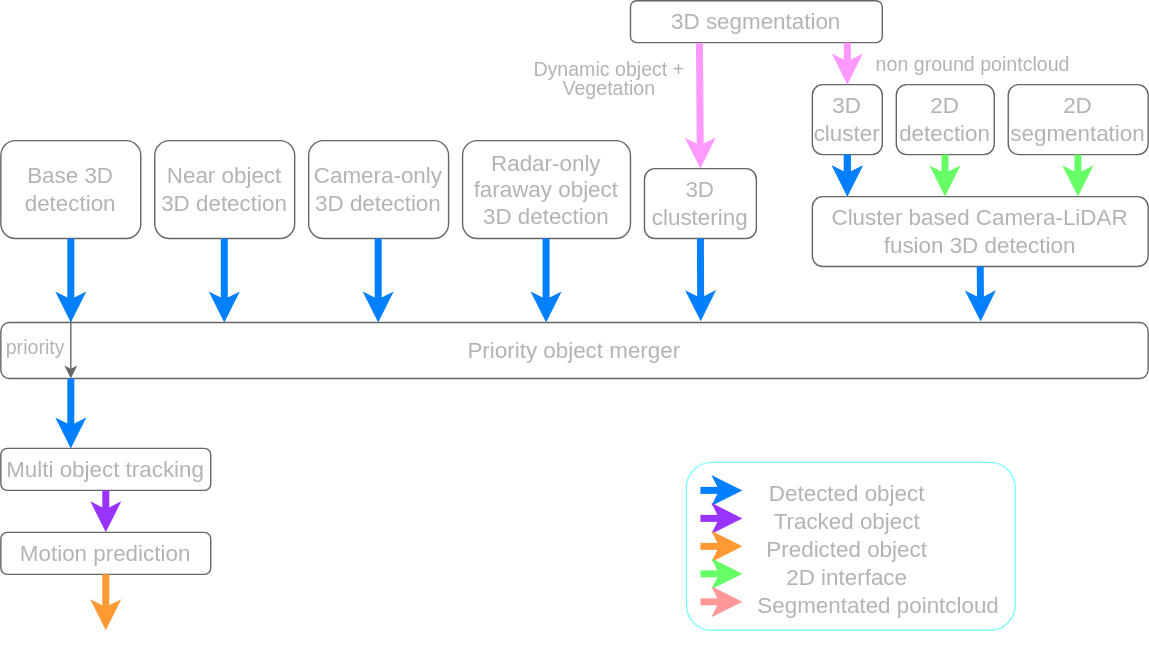
Above: new_perception_proposal/fig/new_autoware_design.drawio.svg in scepter914/autoware-architecture-proposal (draw.io), before the change. Source tidied: cells renumbered, new cells last; positions are measured from the earlier drawing's top-left corner, leaving out a move shared by most shapes.
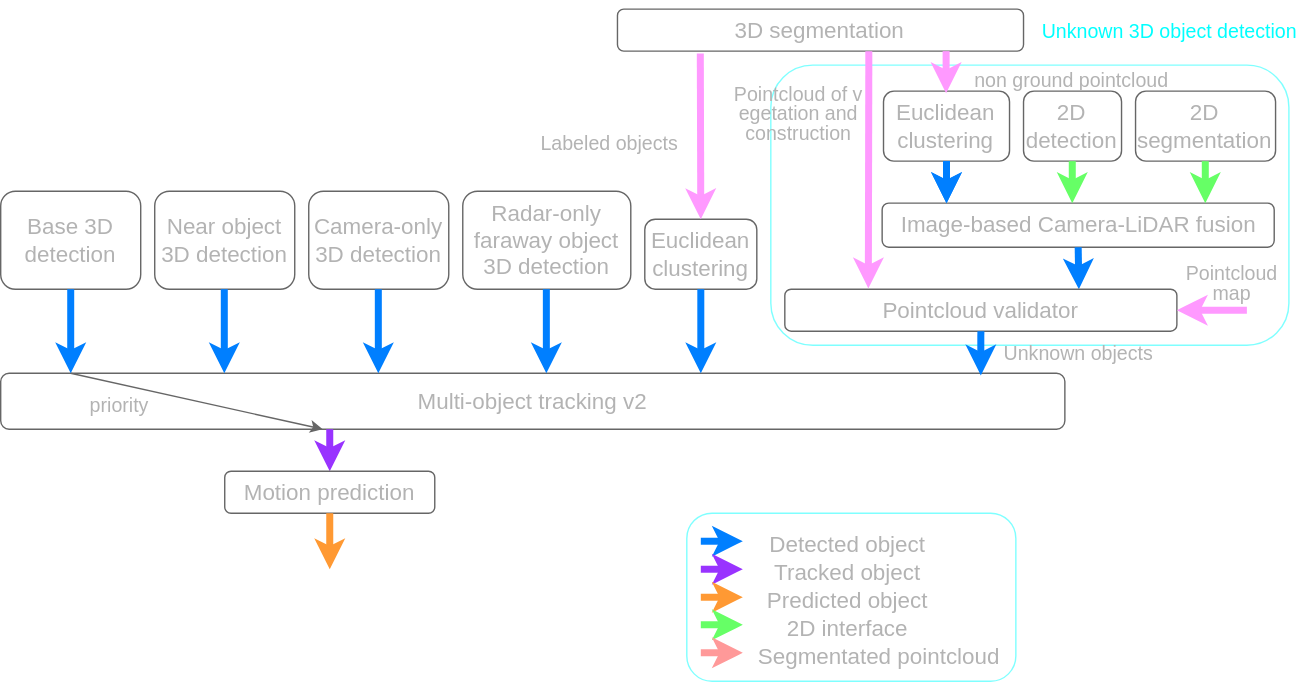
The same diagram one commit later.

What changed in the source:
```diff
@@ -2,6 +2,9 @@
   <root>
     <mxCell id="0" />
     <mxCell id="1" parent="0" />
+    <mxCell id="45" style="rounded=1;whiteSpace=wrap;html=1;strokeColor=#00FFFF;fillColor=none;fontColor=#B3B3B3;opacity=50;" parent="1" vertex="1">
+      <mxGeometry x="550" y="10" width="370" height="200" as="geometry" />
+    </mxCell>
     <mxCell id="2" style="rounded=1;whiteSpace=wrap;html=1;strokeColor=#00FFFF;fillColor=none;fontColor=#B3B3B3;opacity=50;" parent="1" vertex="1">
       <mxGeometry x="490" y="330" width="235" height="120" as="geometry" />
     </mxCell>
@@ -11,17 +14,17 @@
     <mxCell id="4" value="&lt;span style=&quot;color: rgb(179, 179, 179); font-size: 16px;&quot;&gt;Base 3D detection&lt;/span&gt;" style="rounded=1;whiteSpace=wrap;html=1;fillColor=none;strokeColor=#666666;" parent="1" vertex="1">
       <mxGeometry y="100" width="100" height="70" as="geometry" />
     </mxCell>
-    <mxCell id="5" value="&lt;font color=&quot;#b3b3b3&quot;&gt;&lt;span style=&quot;font-size: 16px;&quot;&gt;Priority object merger&lt;/span&gt;&lt;/font&gt;" style="rounded=1;whiteSpace=wrap;html=1;fillColor=none;strokeColor=#666666;" parent="1" vertex="1">
-      <mxGeometry y="230" width="820" height="40" as="geometry" />
+    <mxCell id="5" value="&lt;font color=&quot;#b3b3b3&quot;&gt;&lt;span style=&quot;font-size: 16px;&quot;&gt;Multi-object tracking v2&lt;/span&gt;&lt;/font&gt;" style="rounded=1;whiteSpace=wrap;html=1;fillColor=none;strokeColor=#666666;" parent="1" vertex="1">
+      <mxGeometry y="230" width="760" height="40" as="geometry" />
     </mxCell>
     <mxCell id="6" style="endArrow=classic;html=1;strokeColor=#666666;" parent="1" edge="1">
       <mxGeometry relative="1" as="geometry">
-        <mxPoint x="50" y="220" as="sourcePoint" />
-        <mxPoint x="50" y="270" as="targetPoint" />
+        <mxPoint x="50" y="230" as="sourcePoint" />
+        <mxPoint x="230" y="270" as="targetPoint" />
       </mxGeometry>
     </mxCell>
     <mxCell id="7" value="&lt;font style=&quot;font-size: 14px;&quot;&gt;priority&lt;/font&gt;" style="text;html=1;strokeColor=none;fillColor=none;align=center;verticalAlign=middle;whiteSpace=wrap;rounded=0;fontSize=20;fontColor=#B3B3B3;" parent="1" vertex="1">
-      <mxGeometry y="230" width="50" height="30" as="geometry" />
+      <mxGeometry x="60" y="235" width="50" height="30" as="geometry" />
     </mxCell>
     <mxCell id="8" value="&lt;span style=&quot;color: rgb(179, 179, 179); font-size: 16px;&quot;&gt;Near object 3D detection&lt;/span&gt;" style="rounded=1;whiteSpace=wrap;html=1;fillColor=none;strokeColor=#666666;" parent="1" vertex="1">
       <mxGeometry x="110" y="100" width="100" height="70" as="geometry" />
@@ -32,12 +35,9 @@
     <mxCell id="10" value="&lt;span style=&quot;color: rgb(179, 179, 179); font-size: 16px;&quot;&gt;Radar-only faraway object 3D detection&lt;/span&gt;" style="rounded=1;whiteSpace=wrap;html=1;fillColor=none;strokeColor=#666666;" parent="1" vertex="1">
       <mxGeometry x="330" y="100" width="120" height="70" as="geometry" />
     </mxCell>
-    <mxCell id="11" value="&lt;font color=&quot;#b3b3b3&quot;&gt;&lt;span style=&quot;font-size: 16px;&quot;&gt;Cluster based Camera-LiDAR fusion 3D detection&lt;/span&gt;&lt;/font&gt;" style="rounded=1;whiteSpace=wrap;html=1;fillColor=none;strokeColor=#666666;" parent="1" vertex="1">
-      <mxGeometry x="580" y="140" width="240" height="50" as="geometry" />
+    <mxCell id="11" value="&lt;font color=&quot;#b3b3b3&quot;&gt;&lt;span style=&quot;font-size: 16px;&quot;&gt;Image-based Camera-LiDAR fusion&lt;/span&gt;&lt;/font&gt;" style="rounded=1;whiteSpace=wrap;html=1;fillColor=none;strokeColor=#666666;" parent="1" vertex="1">
+      <mxGeometry x="629.5" y="108.6" width="280" height="31.4" as="geometry" />
     </mxCell>
-    <mxCell id="12" value="&lt;font color=&quot;#b3b3b3&quot;&gt;&lt;span style=&quot;font-size: 16px;&quot;&gt;Multi object tracking&lt;/span&gt;&lt;/font&gt;" style="rounded=1;whiteSpace=wrap;html=1;fillColor=none;strokeColor=#666666;" parent="1" vertex="1">
-      <mxGeometry y="320" width="150" height="30" as="geometry" />
-    </mxCell>
     <mxCell id="13" style="endArrow=classic;html=1;strokeColor=#007FFF;exitX=0.5;exitY=1;exitDx=0;exitDy=0;strokeWidth=5;" parent="1" edge="1" source="4">
       <mxGeometry relative="1" as="geometry">
         <mxPoint x="50" y="230" as="targetPoint" />
@@ -61,17 +61,13 @@
         <mxPoint x="389.7" y="230" as="targetPoint" />
       </mxGeometry>
     </mxCell>
-    <mxCell id="17" style="endArrow=classic;html=1;strokeColor=#007FFF;strokeWidth=5;exitX=0.5;exitY=1;exitDx=0;exitDy=0;entryX=0.854;entryY=-0.02;entryDx=0;entryDy=0;entryPerimeter=0;" parent="1" edge="1" source="11" target="5">
+    <mxCell id="17" style="endArrow=classic;html=1;strokeColor=#007FFF;strokeWidth=5;exitX=0.5;exitY=1;exitDx=0;exitDy=0;entryX=0.75;entryY=0;entryDx=0;entryDy=0;" parent="1" edge="1" source="11" target="46">
       <mxGeometry relative="1" as="geometry" />
     </mxCell>
-    <mxCell id="18" style="endArrow=classic;html=1;strokeColor=#007FFF;strokeWidth=5;" parent="1" edge="1">
-      <mxGeometry relative="1" as="geometry">
-        <mxPoint x="50" y="270" as="sourcePoint" />
-        <mxPoint x="50" y="320" as="targetPoint" />
-      </mxGeometry>
-    </mxCell>
-    <mxCell id="19" style="endArrow=classic;html=1;strokeColor=#9933FF;exitX=0.5;exitY=1;exitDx=0;exitDy=0;strokeWidth=5;entryX=0.5;entryY=0;entryDx=0;entryDy=0;" parent="1" edge="1" source="12" target="33">
-      <mxGeometry relative="1" as="geometry" />
+    <mxCell id="19" style="endArrow=classic;html=1;strokeColor=#9933FF;exitX=0.5;exitY=1;exitDx=0;exitDy=0;strokeWidth=5;entryX=0.5;entryY=0;entryDx=0;entryDy=0;" parent="1" edge="1" target="33">
+      <mxGeometry relative="1" as="geometry">
+        <mxPoint x="235" y="270" as="sourcePoint" />
+      </mxGeometry>
     </mxCell>
     <mxCell id="20" style="endArrow=classic;html=1;strokeColor=#007FFF;exitX=0.5;exitY=1;exitDx=0;exitDy=0;strokeWidth=5;" parent="1" edge="1">
       <mxGeometry relative="1" as="geometry">
@@ -92,30 +88,30 @@
       </mxGeometry>
     </mxCell>
     <mxCell id="23" value="&lt;font color=&quot;#b3b3b3&quot;&gt;&lt;span style=&quot;font-size: 16px;&quot;&gt;2D detection&lt;/span&gt;&lt;/font&gt;" style="rounded=1;whiteSpace=wrap;html=1;fillColor=none;strokeColor=#666666;" parent="1" vertex="1">
-      <mxGeometry x="640" y="60" width="70" height="50" as="geometry" />
+      <mxGeometry x="730.5" y="28.6" width="70" height="50" as="geometry" />
     </mxCell>
     <mxCell id="24" value="&lt;font color=&quot;#b3b3b3&quot;&gt;&lt;span style=&quot;font-size: 16px;&quot;&gt;2D&lt;br&gt;segmentation&lt;/span&gt;&lt;/font&gt;" style="rounded=1;whiteSpace=wrap;html=1;fillColor=none;strokeColor=#666666;" parent="1" vertex="1">
-      <mxGeometry x="720" y="60" width="100" height="50" as="geometry" />
+      <mxGeometry x="810.5" y="28.6" width="100" height="50" as="geometry" />
     </mxCell>
-    <mxCell id="25" value="&lt;font color=&quot;#b3b3b3&quot;&gt;&lt;span style=&quot;font-size: 16px;&quot;&gt;3D&lt;br&gt;cluster&lt;/span&gt;&lt;/font&gt;" style="rounded=1;whiteSpace=wrap;html=1;fillColor=none;strokeColor=#666666;" parent="1" vertex="1">
-      <mxGeometry x="580" y="60" width="50" height="50" as="geometry" />
+    <mxCell id="25" value="&lt;font color=&quot;#b3b3b3&quot;&gt;&lt;span style=&quot;font-size: 16px;&quot;&gt;Euclidean clustering&lt;/span&gt;&lt;/font&gt;" style="rounded=1;whiteSpace=wrap;html=1;fillColor=none;strokeColor=#666666;" parent="1" vertex="1">
+      <mxGeometry x="630.5" y="28.6" width="90" height="50" as="geometry" />
     </mxCell>
     <mxCell id="26" style="endArrow=classic;html=1;strokeColor=#007FFF;strokeWidth=5;entryX=0.841;entryY=-0.007;entryDx=0;entryDy=0;entryPerimeter=0;" parent="1" edge="1">
       <mxGeometry relative="1" as="geometry">
-        <mxPoint x="605" y="110" as="sourcePoint" />
-        <mxPoint x="605" y="140" as="targetPoint" />
+        <mxPoint x="675.5" y="78.6" as="sourcePoint" />
+        <mxPoint x="675.5" y="108.6" as="targetPoint" />
       </mxGeometry>
     </mxCell>
     <mxCell id="27" style="endArrow=classic;html=1;strokeColor=#66FF66;strokeWidth=5;entryX=0.841;entryY=-0.007;entryDx=0;entryDy=0;entryPerimeter=0;" parent="1" edge="1">
       <mxGeometry relative="1" as="geometry">
-        <mxPoint x="769.8" y="110" as="sourcePoint" />
-        <mxPoint x="769.8" y="140" as="targetPoint" />
+        <mxPoint x="860.3" y="78.6" as="sourcePoint" />
+        <mxPoint x="860.3" y="108.6" as="targetPoint" />
       </mxGeometry>
     </mxCell>
     <mxCell id="28" style="endArrow=classic;html=1;strokeColor=#66FF66;strokeWidth=5;entryX=0.841;entryY=-0.007;entryDx=0;entryDy=0;entryPerimeter=0;" parent="1" edge="1">
       <mxGeometry relative="1" as="geometry">
-        <mxPoint x="674.8" y="110" as="sourcePoint" />
-        <mxPoint x="674.8" y="140" as="targetPoint" />
+        <mxPoint x="765.3" y="78.6" as="sourcePoint" />
+        <mxPoint x="765.3" y="108.6" as="targetPoint" />
       </mxGeometry>
     </mxCell>
     <mxCell id="29" style="endArrow=classic;html=1;strokeColor=#66FF66;exitX=0.5;exitY=1;exitDx=0;exitDy=0;strokeWidth=5;" parent="1" edge="1">
@@ -134,30 +130,32 @@
       <mxGeometry x="540" y="340" width="130" height="20" as="geometry" />
     </mxCell>
     <mxCell id="33" value="&lt;font color=&quot;#b3b3b3&quot;&gt;&lt;span style=&quot;font-size: 16px;&quot;&gt;Motion prediction&lt;/span&gt;&lt;/font&gt;" style="rounded=1;whiteSpace=wrap;html=1;fillColor=none;strokeColor=#666666;" parent="1" vertex="1">
-      <mxGeometry y="380" width="150" height="30" as="geometry" />
+      <mxGeometry x="160" y="300" width="150" height="30" as="geometry" />
     </mxCell>
     <mxCell id="34" style="endArrow=classic;html=1;strokeColor=#FF9933;exitX=0.5;exitY=1;exitDx=0;exitDy=0;strokeWidth=5;" parent="1" edge="1" source="33">
       <mxGeometry relative="1" as="geometry">
-        <mxPoint x="75" y="450" as="targetPoint" />
+        <mxPoint x="235" y="370" as="targetPoint" />
       </mxGeometry>
     </mxCell>
     <mxCell id="35" value="&lt;font color=&quot;#b3b3b3&quot;&gt;&lt;span style=&quot;font-size: 16px;&quot;&gt;3D segmentation&lt;/span&gt;&lt;/font&gt;" style="rounded=1;whiteSpace=wrap;html=1;fillColor=none;strokeColor=#666666;" parent="1" vertex="1">
-      <mxGeometry x="450" width="180" height="30" as="geometry" />
+      <mxGeometry x="440.5" y="-30" width="290" height="30" as="geometry" />
     </mxCell>
-    <mxCell id="36" value="&lt;font color=&quot;#b3b3b3&quot;&gt;&lt;span style=&quot;font-size: 16px;&quot;&gt;3D&lt;br&gt;clustering&lt;/span&gt;&lt;/font&gt;" style="rounded=1;whiteSpace=wrap;html=1;fillColor=none;strokeColor=#666666;" parent="1" vertex="1">
+    <mxCell id="36" value="&lt;span style=&quot;color: rgb(179, 179, 179); font-size: 16px;&quot;&gt;Euclidean clustering&lt;/span&gt;" style="rounded=1;whiteSpace=wrap;html=1;fillColor=none;strokeColor=#666666;" parent="1" vertex="1">
       <mxGeometry x="460" y="120" width="80" height="50" as="geometry" />
     </mxCell>
     <mxCell id="37" style="endArrow=classic;html=1;strokeColor=#007FFF;strokeWidth=5;entryX=0.841;entryY=-0.007;entryDx=0;entryDy=0;entryPerimeter=0;" parent="1" edge="1">
       <mxGeometry relative="1" as="geometry">
-        <mxPoint x="605" y="110" as="sourcePoint" />
-        <mxPoint x="605" y="140" as="targetPoint" />
+        <mxPoint x="675.5" y="78.6" as="sourcePoint" />
+        <mxPoint x="675.5" y="108.6" as="targetPoint" />
       </mxGeometry>
     </mxCell>
-    <mxCell id="38" style="endArrow=classic;html=1;strokeColor=#FF99FF;strokeWidth=5;entryX=0.5;entryY=0;entryDx=0;entryDy=0;exitX=0.274;exitY=1.014;exitDx=0;exitDy=0;exitPerimeter=0;" parent="1" edge="1" source="35" target="36">
+    <mxCell id="38" style="endArrow=classic;html=1;strokeColor=#FF99FF;strokeWidth=5;entryX=0.5;entryY=0;entryDx=0;entryDy=0;exitX=0.204;exitY=1.058;exitDx=0;exitDy=0;exitPerimeter=0;" parent="1" edge="1" source="35" target="36">
       <mxGeometry relative="1" as="geometry" />
     </mxCell>
-    <mxCell id="39" style="endArrow=classic;html=1;strokeColor=#007FFF;strokeWidth=5;entryX=0.61;entryY=-0.023;entryDx=0;entryDy=0;entryPerimeter=0;exitX=0.5;exitY=1;exitDx=0;exitDy=0;" parent="1" edge="1" source="36" target="5">
-      <mxGeometry relative="1" as="geometry" />
+    <mxCell id="39" style="endArrow=classic;html=1;strokeColor=#007FFF;strokeWidth=5;exitX=0.5;exitY=1;exitDx=0;exitDy=0;" parent="1" edge="1" source="36">
+      <mxGeometry relative="1" as="geometry">
+        <mxPoint x="500" y="230" as="targetPoint" />
+      </mxGeometry>
     </mxCell>
     <mxCell id="40" value="&lt;font style=&quot;font-size: 16px;&quot;&gt;Segmentated pointcloud&lt;/font&gt;" style="text;html=1;strokeColor=none;fillColor=none;align=center;verticalAlign=middle;whiteSpace=wrap;rounded=0;fontSize=20;fontColor=#B3B3B3;" parent="1" vertex="1">
       <mxGeometry x="540" y="420" width="175" height="20" as="geometry" />
@@ -170,15 +168,43 @@
     </mxCell>
     <mxCell id="42" style="endArrow=classic;html=1;strokeColor=#FF99FF;strokeWidth=5;entryX=0.841;entryY=-0.007;entryDx=0;entryDy=0;entryPerimeter=0;" parent="1" edge="1">
       <mxGeometry relative="1" as="geometry">
-        <mxPoint x="605" y="30" as="sourcePoint" />
-        <mxPoint x="605" y="60" as="targetPoint" />
+        <mxPoint x="675.2" as="sourcePoint" />
+        <mxPoint x="675.2" y="30" as="targetPoint" />
       </mxGeometry>
     </mxCell>
-    <mxCell id="43" value="&lt;p style=&quot;line-height: 100%; font-size: 14px;&quot;&gt;&lt;font style=&quot;font-size: 14px;&quot;&gt;Dynamic object + Vegetation&lt;/font&gt;&lt;/p&gt;" style="text;html=1;strokeColor=none;fillColor=none;align=center;verticalAlign=middle;whiteSpace=wrap;rounded=0;fontSize=14;fontColor=#B3B3B3;" parent="1" vertex="1">
-      <mxGeometry x="380" y="40" width="110" height="30" as="geometry" />
+    <mxCell id="43" value="&lt;p style=&quot;line-height: 100%; font-size: 14px;&quot;&gt;&lt;font style=&quot;font-size: 14px;&quot;&gt;Labeled objects&lt;/font&gt;&lt;/p&gt;" style="text;html=1;strokeColor=none;fillColor=none;align=center;verticalAlign=middle;whiteSpace=wrap;rounded=0;fontSize=14;fontColor=#B3B3B3;" parent="1" vertex="1">
+      <mxGeometry x="380" y="50" width="110" height="30" as="geometry" />
     </mxCell>
     <mxCell id="44" value="&lt;p style=&quot;line-height: 100%; font-size: 14px;&quot;&gt;&lt;font style=&quot;font-size: 14px;&quot;&gt;non ground pointcloud&lt;/font&gt;&lt;/p&gt;" style="text;html=1;strokeColor=none;fillColor=none;align=center;verticalAlign=middle;whiteSpace=wrap;rounded=0;fontSize=14;fontColor=#B3B3B3;" parent="1" vertex="1">
-      <mxGeometry x="620" y="30" width="150" height="30" as="geometry" />
+      <mxGeometry x="690" y="10" width="150" height="20" as="geometry" />
     </mxCell>
+    <mxCell id="46" value="&lt;font color=&quot;#b3b3b3&quot;&gt;&lt;span style=&quot;font-size: 16px;&quot;&gt;Pointcloud validator&lt;/span&gt;&lt;/font&gt;" style="rounded=1;whiteSpace=wrap;html=1;fillColor=none;strokeColor=#666666;" parent="1" vertex="1">
+      <mxGeometry x="560" y="170" width="280" height="30" as="geometry" />
+    </mxCell>
+    <mxCell id="47" style="endArrow=classic;html=1;strokeColor=#FF99FF;strokeWidth=5;entryX=0.213;entryY=-0.019;entryDx=0;entryDy=0;entryPerimeter=0;" parent="1" edge="1" target="46">
+      <mxGeometry relative="1" as="geometry">
+        <mxPoint x="620" as="sourcePoint" />
+      </mxGeometry>
+    </mxCell>
+    <mxCell id="48" value="&lt;p style=&quot;line-height: 100%; font-size: 14px;&quot;&gt;Pointcloud of v&lt;span style=&quot;background-color: initial;&quot;&gt;egetation and construction&lt;/span&gt;&lt;/p&gt;" style="text;html=1;strokeColor=none;fillColor=none;align=center;verticalAlign=middle;whiteSpace=wrap;rounded=0;fontSize=14;fontColor=#B3B3B3;" parent="1" vertex="1">
+      <mxGeometry x="520" y="28.6" width="100" height="30" as="geometry" />
+    </mxCell>
+    <mxCell id="49" style="endArrow=classic;html=1;strokeColor=#007FFF;strokeWidth=5;exitX=0.5;exitY=1;exitDx=0;exitDy=0;entryX=0.921;entryY=0.039;entryDx=0;entryDy=0;entryPerimeter=0;" parent="1" edge="1" source="46" target="5">
+      <mxGeometry relative="1" as="geometry" />
+    </mxCell>
+    <mxCell id="50" value="&lt;p style=&quot;line-height: 100%; font-size: 14px;&quot;&gt;&lt;font style=&quot;font-size: 14px;&quot;&gt;Unknown objects&lt;/font&gt;&lt;/p&gt;" style="text;html=1;strokeColor=none;fillColor=none;align=center;verticalAlign=middle;whiteSpace=wrap;rounded=0;fontSize=14;fontColor=#B3B3B3;" parent="1" vertex="1">
+      <mxGeometry x="715" y="200" width="110" height="30" as="geometry" />
+    </mxCell>
+    <mxCell id="51" style="endArrow=classic;html=1;strokeColor=#FF99FF;strokeWidth=5;entryX=1;entryY=0.5;entryDx=0;entryDy=0;" parent="1" edge="1" target="46">
+      <mxGeometry relative="1" as="geometry">
+        <mxPoint x="890" y="185" as="sourcePoint" />
+      </mxGeometry>
+    </mxCell>
+    <mxCell id="52" value="&lt;p style=&quot;line-height: 100%; font-size: 14px;&quot;&gt;&lt;font style=&quot;font-size: 14px;&quot;&gt;Pointcloud map&lt;/font&gt;&lt;/p&gt;" style="text;html=1;strokeColor=none;fillColor=none;align=center;verticalAlign=middle;whiteSpace=wrap;rounded=0;fontSize=14;fontColor=#B3B3B3;" parent="1" vertex="1">
+      <mxGeometry x="840" y="150" width="79" height="30" as="geometry" />
+    </mxCell>
+    <mxCell id="53" value="&lt;p style=&quot;line-height: 100%; font-size: 14px;&quot;&gt;&lt;font color=&quot;#00ffff&quot; style=&quot;font-size: 14px;&quot;&gt;Unknown 3D object detection&lt;/font&gt;&lt;/p&gt;" style="text;html=1;strokeColor=none;fillColor=none;align=center;verticalAlign=middle;whiteSpace=wrap;rounded=0;fontSize=14;fontColor=#B3B3B3;" parent="1" vertex="1">
+      <mxGeometry x="740" y="-30" width="190" height="30" as="geometry" />
+    </mxCell>
   </root>
 </mxGraphModel>
```
